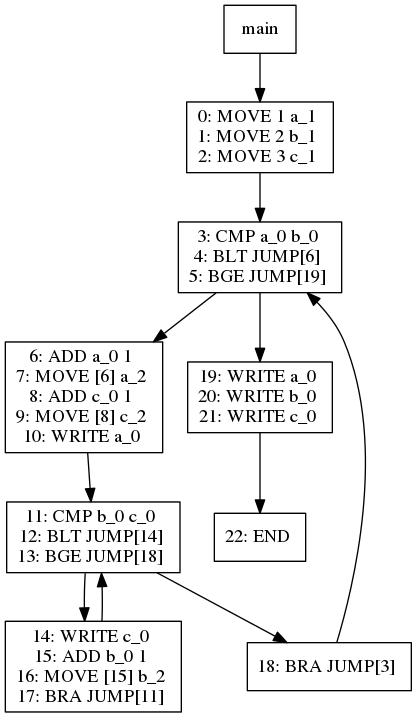
This is viz/test010.dot.png from jiahanwang/PL241-Compiler, a Graphviz export, as it was before one commit. Its source is kept beside it as viz/test010.dot. Source of this version:
```dot
digraph test010 {
node [shape=box]
1[label="main"]
1 -> 3
3[label="0: MOVE 1 a_1
1: MOVE 2 b_1
2: MOVE 3 c_1
"]
3 -> 6
6[label="3: CMP a_0 b_0
4: BLT JUMP[6]
5: BGE JUMP[19]
"]
6 -> 8
8[label="6: ADD a_0 1
7: MOVE [6] a_2
8: ADD c_0 1
9: MOVE [8] c_2
10: WRITE a_0
"]
8 -> 11
11[label="11: CMP b_0 c_0
12: BLT JUMP[14]
13: BGE JUMP[18]
"]
11 -> 13
13[label="14: WRITE c_0
15: ADD b_0 1
16: MOVE [15] b_2
17: BRA JUMP[11]
"]
13 -> 11
11 -> 12
12[label="18: BRA JUMP[3]
"]
12 -> 6
6 -> 7
7[label="19: WRITE a_0
20: WRITE b_0
21: WRITE c_0
"]
7 -> 18
18[label="22: END
"]
}
```
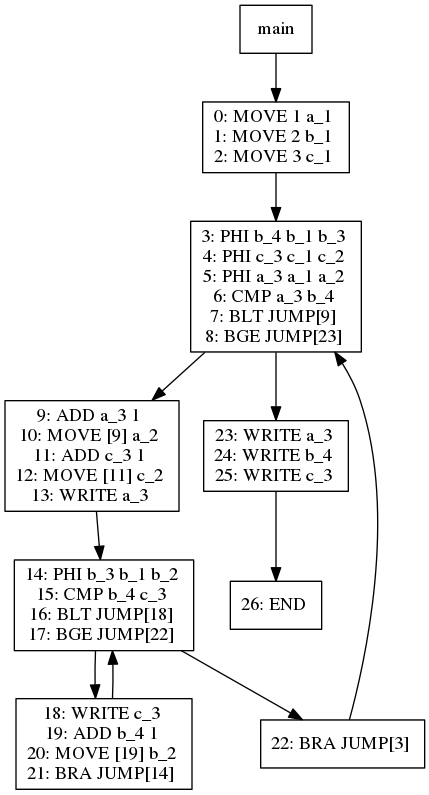
The same diagram one commit later.

Diff of the diagram source:
```diff
@@ -7,39 +7,43 @@
 2: MOVE 3 c_1
 "]
 3 -> 6
-6[label="3: CMP a_0 b_0
-4: BLT JUMP[6]
-5: BGE JUMP[19]
+6[label="3: PHI b_4 b_1 b_3
+4: PHI c_3 c_1 c_2
+5: PHI a_3 a_1 a_2
+6: CMP a_3 b_4
+7: BLT JUMP[9]
+8: BGE JUMP[23]
 "]
 6 -> 8
-8[label="6: ADD a_0 1
-7: MOVE [6] a_2
-8: ADD c_0 1
-9: MOVE [8] c_2
-10: WRITE a_0
+8[label="9: ADD a_3 1
+10: MOVE [9] a_2
+11: ADD c_3 1
+12: MOVE [11] c_2
+13: WRITE a_3
 "]
 8 -> 11
-11[label="11: CMP b_0 c_0
-12: BLT JUMP[14]
-13: BGE JUMP[18]
+11[label="14: PHI b_3 b_1 b_2
+15: CMP b_4 c_3
+16: BLT JUMP[18]
+17: BGE JUMP[22]
 "]
 11 -> 13
-13[label="14: WRITE c_0
-15: ADD b_0 1
-16: MOVE [15] b_2
-17: BRA JUMP[11]
+13[label="18: WRITE c_3
+19: ADD b_4 1
+20: MOVE [19] b_2
+21: BRA JUMP[14]
 "]
 13 -> 11
 11 -> 12
-12[label="18: BRA JUMP[3]
+12[label="22: BRA JUMP[3]
 "]
 12 -> 6
 6 -> 7
-7[label="19: WRITE a_0
-20: WRITE b_0
-21: WRITE c_0
+7[label="23: WRITE a_3
+24: WRITE b_4
+25: WRITE c_3
 "]
 7 -> 18
-18[label="22: END
+18[label="26: END
 "]
 }
```
